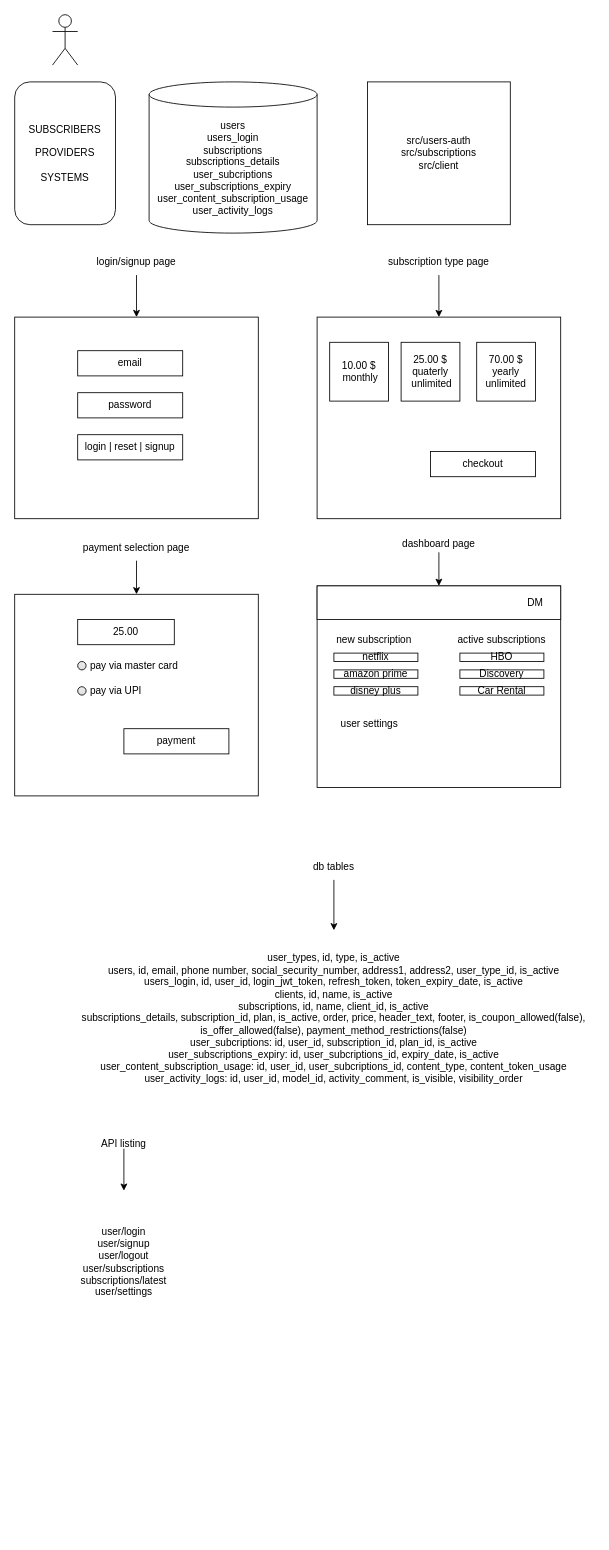
Before: mini-designs/subscription_model_kiro_mcp.drawio in ROHAN-TANDEL/express-node-clean-boilerplate-secret, a draw.io diagram. Source tidied: cells renumbered, new cells numbered last; positions are measured from the earlier drawing's top-left corner, leaving out a move shared by most shapes. Both pictures are drawn from the tidied source at 84%, with x=0, y=0 at pixel (14, 14).
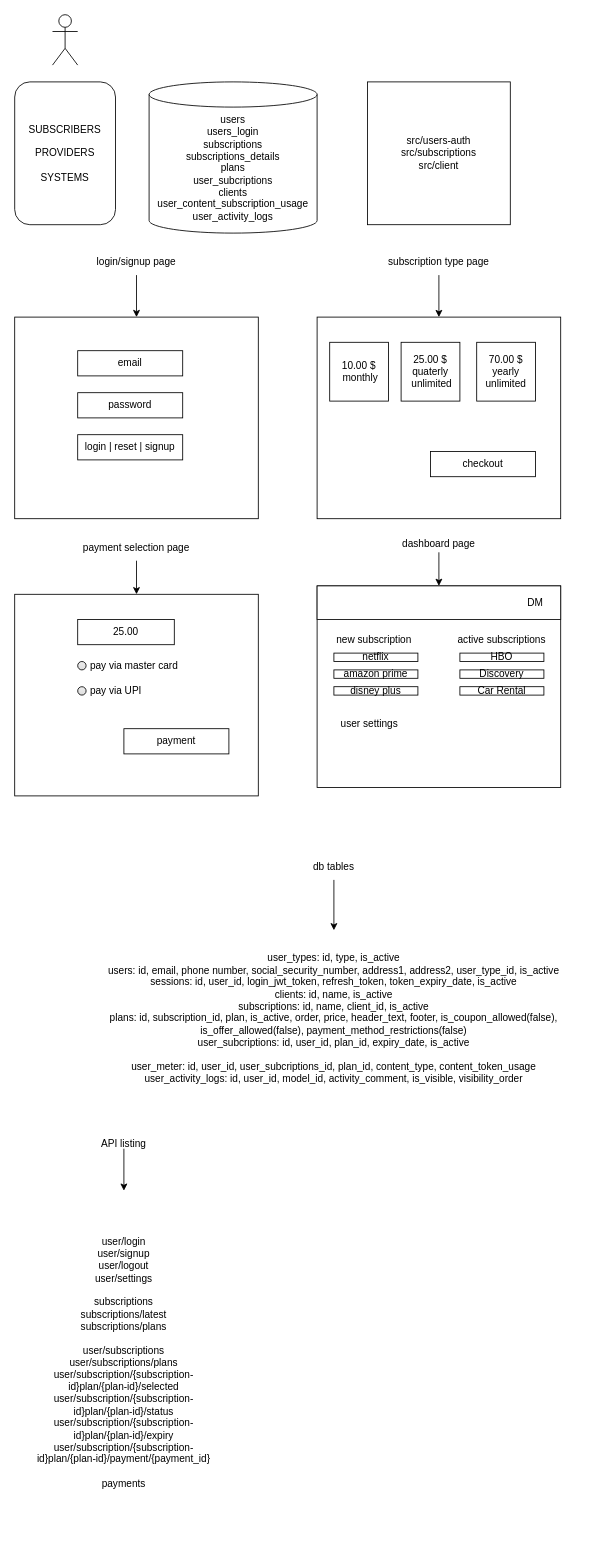
Above is the later version.

The edit, as a diff of the source:
```diff
@@
-    <mxCell id="5" value="users&lt;br&gt;users_login&lt;br&gt;subscriptions&lt;br&gt;subscriptions_details&lt;br&gt;user_subcriptions&lt;br&gt;user_subscriptions_expiry&lt;br&gt;user_content_subscription_usage&lt;br&gt;user_activity_logs" style="shape=cylinder3;whiteSpace=wrap;html=1;boundedLbl=1;backgroundOutline=1;size=15;" parent="1" vertex="1">
+    <mxCell id="5" value="users&lt;br&gt;users_login&lt;br&gt;subscriptions&lt;br&gt;subscriptions_details&lt;br&gt;plans&lt;br&gt;user_subcriptions&lt;br&gt;clients&lt;br&gt;user_content_subscription_usage&lt;br&gt;user_activity_logs" style="shape=cylinder3;whiteSpace=wrap;html=1;boundedLbl=1;backgroundOutline=1;size=15;" parent="1" vertex="1">
       <mxGeometry x="160" y="80" width="200" height="180" as="geometry" />
     </mxCell>
@@
-    <mxCell id="40" value="user_types, id, type, is_active&lt;br&gt;users, id, email, phone number, social_security_number, address1, address2, user_type_id, is_active&lt;br&gt;users_login, id, user_id, login_jwt_token, refresh_token, token_expiry_date, is_active&lt;br&gt;clients, id, name, is_active&lt;br&gt;subscriptions, id, name, client_id, is_active&lt;br&gt;subscriptions_details, subscription_id, plan, is_active, order, price, header_text, footer, is_coupon_allowed(false), is_offer_allowed(false), payment_method_restrictions(false)&lt;br&gt;user_subcriptions: id, user_id, subscription_id, plan_id, is_active&lt;br&gt;user_subscriptions_expiry: id, user_subcriptions_id, expiry_date, is_active&lt;br&gt;user_content_subscription_usage: id, user_id, user_subcriptions_id, content_type, content_token_usage&lt;br&gt;user_activity_logs: id, user_id, model_id, activity_comment, is_visible, visibility_order" style="text;html=1;whiteSpace=wrap;strokeColor=none;fillColor=none;align=center;verticalAlign=middle;rounded=0;" parent="1" vertex="1">
+    <mxCell id="40" value="user_types: id, type, is_active&lt;br&gt;users: id, email, phone number, social_security_number, address1, address2, user_type_id, is_active&lt;br&gt;sessions: id, user_id, login_jwt_token, refresh_token, token_expiry_date, is_active&lt;br&gt;clients: id, name, is_active&lt;br&gt;subscriptions: id, name, client_id, is_active&lt;br&gt;plans: id, subscription_id, plan, is_active, order, price, header_text, footer, is_coupon_allowed(false), is_offer_allowed(false), payment_method_restrictions(false)&lt;br&gt;user_subcriptions: id, user_id,&amp;nbsp;plan_id, expiry_date, is_active&lt;br&gt;&lt;br&gt;user_meter: id, user_id, user_subcriptions_id, plan_id, content_type, content_token_usage&lt;br&gt;user_activity_logs: id, user_id, model_id, activity_comment, is_visible, visibility_order" style="text;html=1;whiteSpace=wrap;strokeColor=none;fillColor=none;align=center;verticalAlign=middle;rounded=0;" parent="1" vertex="1">
       <mxGeometry x="70" y="1090" width="620" height="210" as="geometry" />
     </mxCell>
@@
-    <mxCell id="43" value="&lt;br&gt;&lt;div&gt;user/login&lt;br&gt;user/signup&lt;br&gt;user/logout&lt;br&gt;user/subscriptions&lt;br&gt;subscriptions/latest&lt;br&gt;user/settings&lt;br&gt;&lt;/div&gt;&lt;div&gt;&lt;br&gt;&lt;/div&gt;" style="text;html=1;whiteSpace=wrap;strokeColor=none;fillColor=none;align=center;verticalAlign=middle;rounded=0;" parent="1" vertex="1">
-      <mxGeometry x="40" y="1400" width="180" height="170" as="geometry" />
+    <mxCell id="43" value="&lt;br&gt;&lt;div&gt;user/login&lt;br&gt;user/signup&lt;br&gt;user/logout&lt;br&gt;&lt;div&gt;user/settings&lt;br&gt;&lt;/div&gt;&lt;div&gt;&lt;br&gt;&lt;/div&gt;subscriptions&lt;br&gt;subscriptions/latest&lt;br&gt;subscriptions/plans&lt;br&gt;&lt;br&gt;user/&lt;span style=&quot;background-color: transparent; color: light-dark(rgb(0, 0, 0), rgb(255, 255, 255));&quot;&gt;subscriptions&lt;br&gt;&lt;/span&gt;user/&lt;span style=&quot;color: light-dark(rgb(0, 0, 0), rgb(255, 255, 255)); background-color: transparent;&quot;&gt;subscriptions/plans&lt;br&gt;&lt;/span&gt;user/&lt;span style=&quot;color: light-dark(rgb(0, 0, 0), rgb(255, 255, 255)); background-color: transparent;&quot;&gt;subscription/{&lt;/span&gt;&lt;span style=&quot;background-color: transparent; color: light-dark(rgb(0, 0, 0), rgb(255, 255, 255));&quot;&gt;subscription-id&lt;/span&gt;&lt;span style=&quot;background-color: transparent; color: light-dark(rgb(0, 0, 0), rgb(255, 255, 255));&quot;&gt;}plan/{plan-id}/selected&lt;br&gt;&lt;/span&gt;user/&lt;span style=&quot;color: light-dark(rgb(0, 0, 0), rgb(255, 255, 255)); background-color: transparent;&quot;&gt;subscription/{&lt;/span&gt;&lt;span style=&quot;color: light-dark(rgb(0, 0, 0), rgb(255, 255, 255)); background-color: transparent;&quot;&gt;subscription-id&lt;/span&gt;&lt;span style=&quot;color: light-dark(rgb(0, 0, 0), rgb(255, 255, 255)); background-color: transparent;&quot;&gt;}plan/{plan-id}/status&lt;br&gt;&lt;/span&gt;user/&lt;span style=&quot;color: light-dark(rgb(0, 0, 0), rgb(255, 255, 255)); background-color: transparent;&quot;&gt;subscription/{&lt;/span&gt;&lt;span style=&quot;color: light-dark(rgb(0, 0, 0), rgb(255, 255, 255)); background-color: transparent;&quot;&gt;subscription-id&lt;/span&gt;&lt;span style=&quot;color: light-dark(rgb(0, 0, 0), rgb(255, 255, 255)); background-color: transparent;&quot;&gt;}plan/{plan-id}/expiry&lt;br&gt;&lt;/span&gt;user/&lt;span style=&quot;color: light-dark(rgb(0, 0, 0), rgb(255, 255, 255)); background-color: transparent;&quot;&gt;subscription/{&lt;/span&gt;&lt;span style=&quot;color: light-dark(rgb(0, 0, 0), rgb(255, 255, 255)); background-color: transparent;&quot;&gt;subscription-id&lt;/span&gt;&lt;span style=&quot;color: light-dark(rgb(0, 0, 0), rgb(255, 255, 255)); background-color: transparent;&quot;&gt;}plan/{plan-id}/payment/{payment_id}&lt;br&gt;&lt;/span&gt;&lt;span style=&quot;background-color: transparent; color: light-dark(rgb(0, 0, 0), rgb(255, 255, 255));&quot;&gt;&lt;br&gt;payments&lt;br&gt;&lt;br&gt;&lt;/span&gt;&lt;/div&gt;" style="text;html=1;whiteSpace=wrap;strokeColor=none;fillColor=none;align=center;verticalAlign=middle;rounded=0;" parent="1" vertex="1">
+      <mxGeometry x="20" y="1400" width="220" height="410" as="geometry" />
     </mxCell>
```
